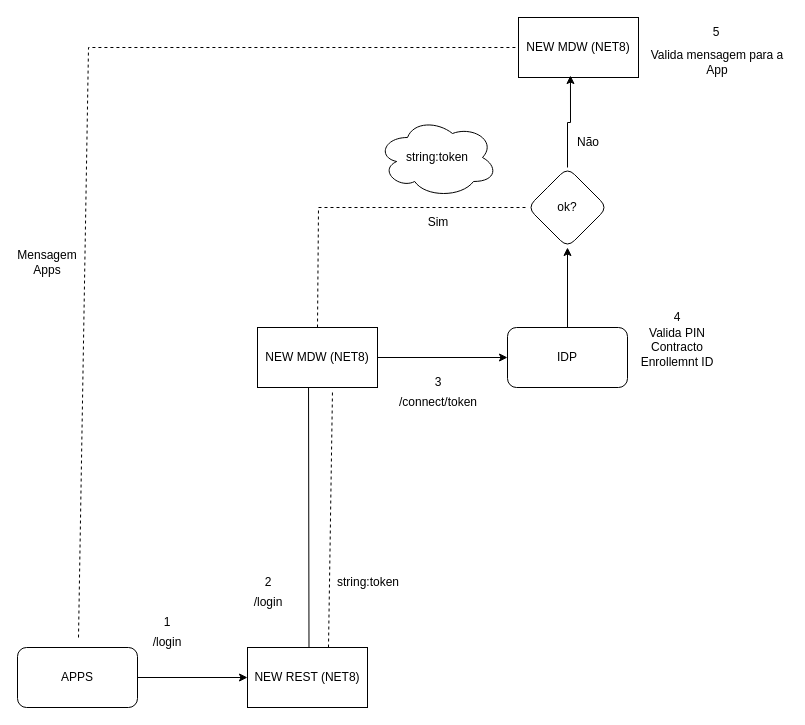
anhaguilunguane/Drawio keeps this draw.io diagram as Smart IZI IDP logica.drawio. Above is the earlier version. Source tidied: cells renumbered, new cells numbered last; positions are measured from the earlier drawing's top-left corner, leaving out a move shared by most shapes. Both pictures are drawn from the tidied source at 100%, with x=0, y=0 at pixel (17, 17).
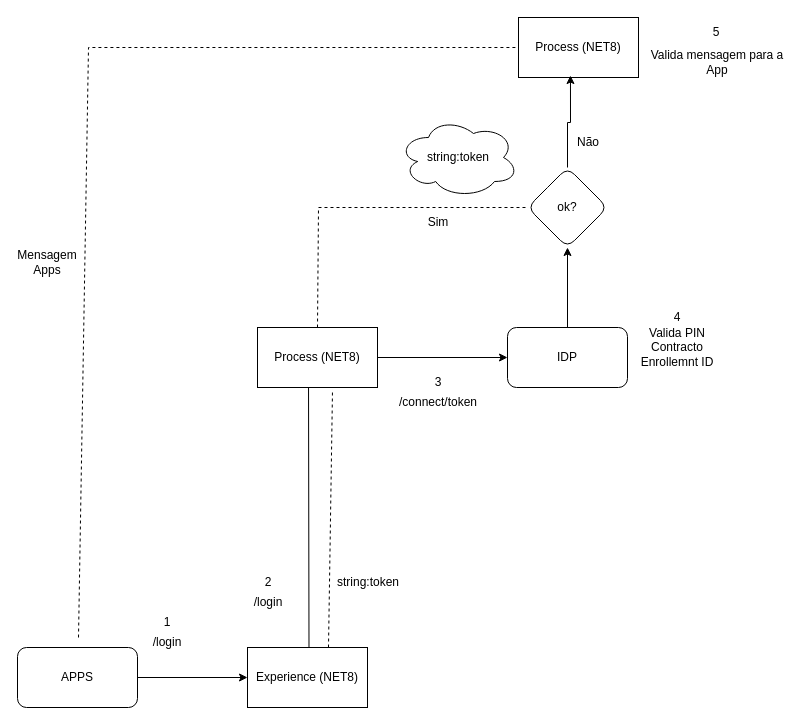
Above is the later version.

The edit, as a diff of the source:
```diff
@@
-    <mxCell id="5" value="NEW REST (NET8)" style="rounded=0;whiteSpace=wrap;html=1;" parent="1" vertex="1">
+    <mxCell id="5" value="Experience (NET8)" style="rounded=0;whiteSpace=wrap;html=1;" parent="1" vertex="1">
       <mxGeometry x="230" y="630" width="120" height="60" as="geometry" />
     </mxCell>
@@
-    <mxCell id="7" value="NEW MDW (NET8)" style="rounded=0;whiteSpace=wrap;html=1;" parent="1" vertex="1">
+    <mxCell id="7" value="Process (NET8)" style="rounded=0;whiteSpace=wrap;html=1;" parent="1" vertex="1">
       <mxGeometry x="240" y="310" width="120" height="60" as="geometry" />
     </mxCell>
@@
-    <mxCell id="22" value="NEW MDW (NET8)" style="rounded=0;whiteSpace=wrap;html=1;" parent="1" vertex="1">
+    <mxCell id="22" value="Process (NET8)" style="rounded=0;whiteSpace=wrap;html=1;" parent="1" vertex="1">
       <mxGeometry x="501" width="120" height="60" as="geometry" />
     </mxCell>
@@
     <mxCell id="28" value="string:token" style="ellipse;shape=cloud;whiteSpace=wrap;html=1;" parent="1" vertex="1">
-      <mxGeometry x="360" y="100" width="120" height="80" as="geometry" />
+      <mxGeometry x="381" y="100" width="120" height="80" as="geometry" />
     </mxCell>
```
